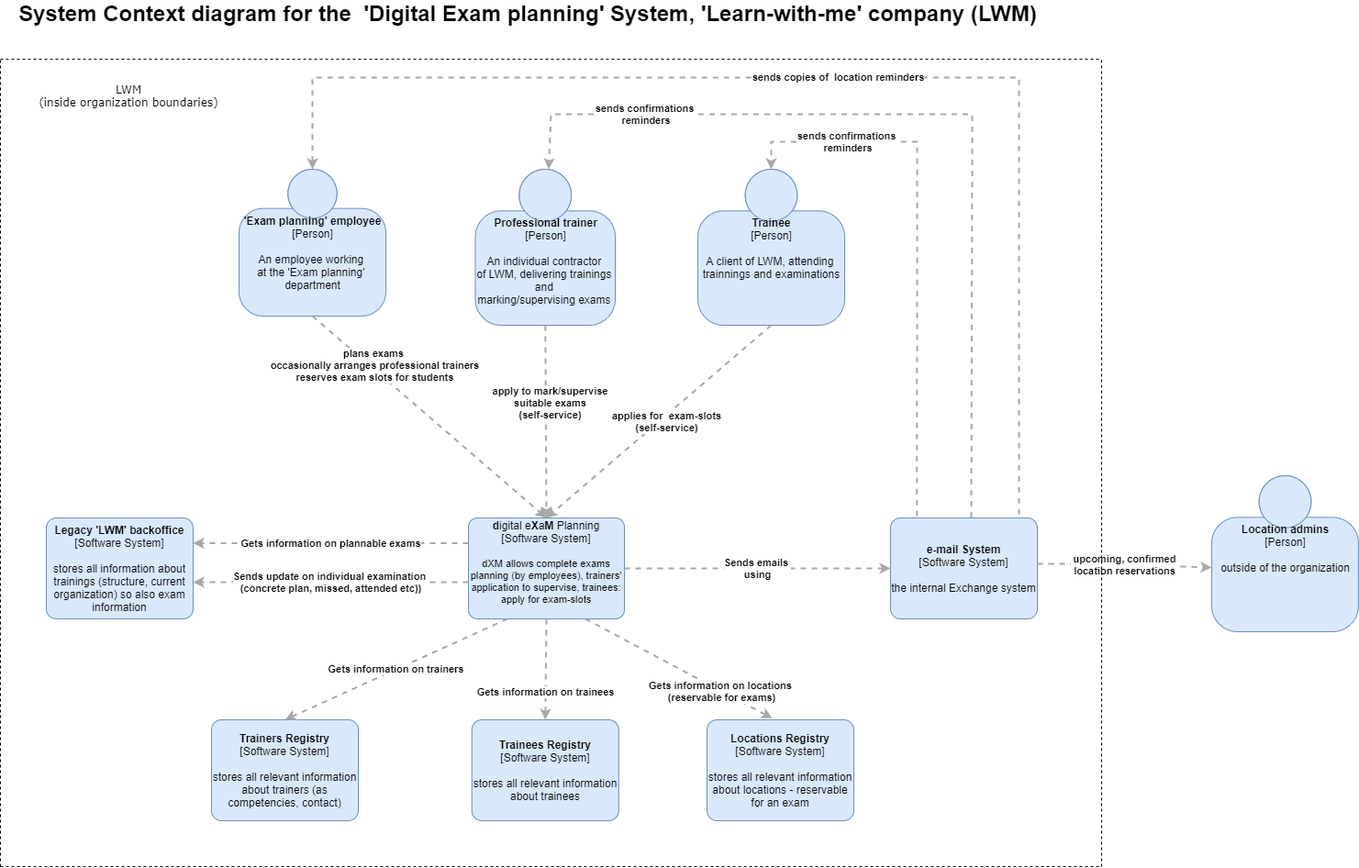
Above: system-context-diagram-dxm.png in andreea-anastasescu/school-of-architecture (draw.io), before the change. Source tidied: cells renumbered, new cells last; positions are measured from the earlier drawing's top-left corner, leaving out a move shared by most shapes.
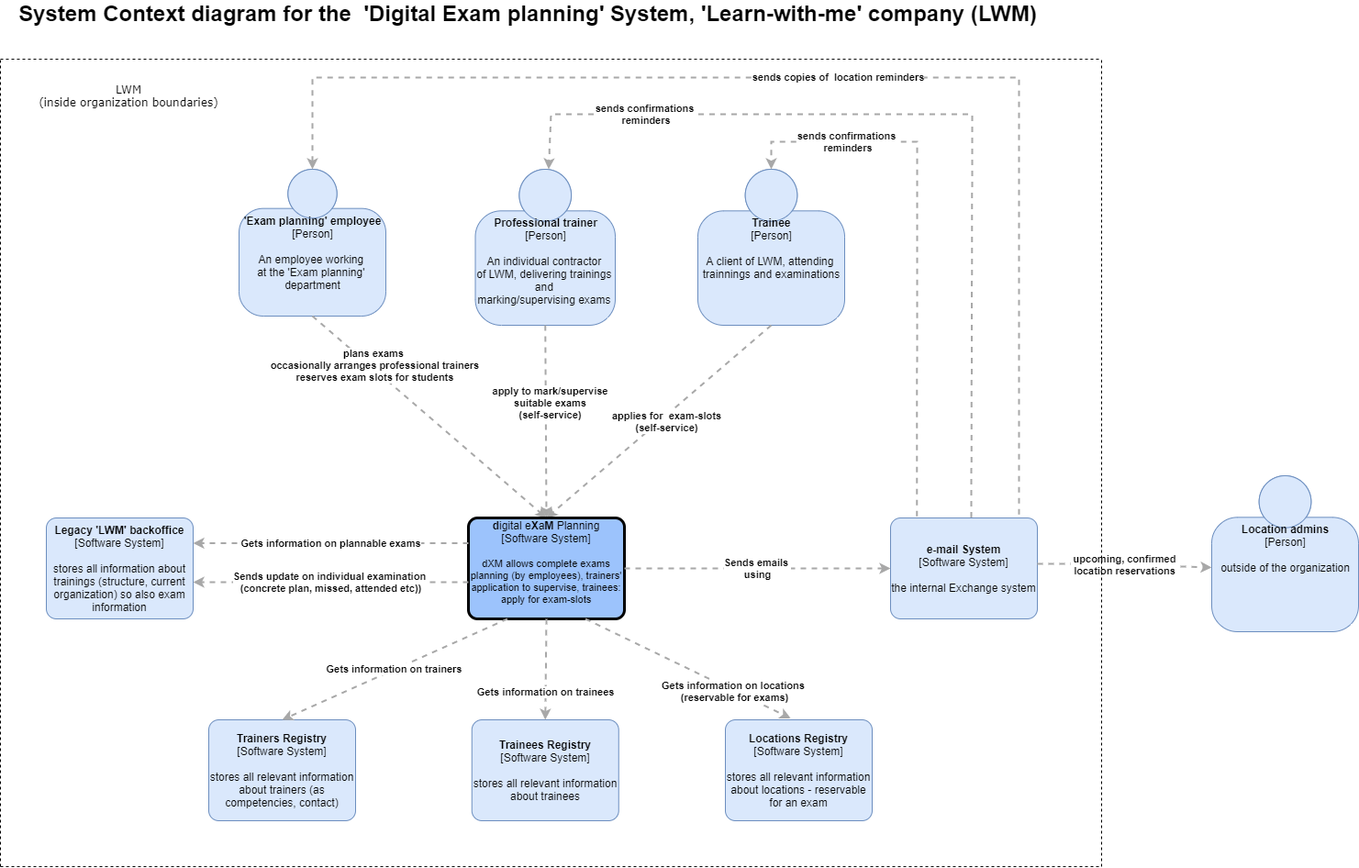
Above is the later version.

Change to the diagram source:
```diff
@@ -25,7 +25,7 @@
         <mxPoint x="1" as="offset" />
       </mxGeometry>
     </mxCell>
-    <mxCell id="9" value="&lt;b&gt;d&lt;/b&gt;igital e&lt;b&gt;X&lt;/b&gt;a&lt;b&gt;M&lt;/b&gt;&amp;nbsp;Planning&lt;br&gt;&lt;div&gt;[Software System]&lt;/div&gt;&lt;br&gt;&lt;div style=&quot;font-size: 11px&quot;&gt;&lt;font style=&quot;font-size: 11px&quot;&gt;dXM allows complete e&lt;/font&gt;&lt;span&gt;xams planning (by employees),&lt;/span&gt;&lt;span&gt;&amp;nbsp;trainers' application to supervise,&lt;/span&gt;&lt;span&gt;&amp;nbsp;trainees: apply for exam-slots&lt;/span&gt;&lt;/div&gt;&lt;div style=&quot;text-align: left ; font-size: 11px&quot;&gt;&lt;font style=&quot;font-size: 11px&quot;&gt;&amp;nbsp;&amp;nbsp;&lt;/font&gt;&lt;/div&gt;" style="rounded=1;whiteSpace=wrap;html=1;labelBackgroundColor=none;fillColor=#dae8fc;fontColor=#000000;align=center;arcSize=9;strokeColor=#6c8ebf;points=[[0.25,0,0],[0.5,0,0],[0.75,0,0],[1,0.25,0],[1,0.5,0],[1,0.75,0],[0.75,1,0],[0.5,1,0],[0.25,1,0],[0,0.75,0],[0,0.5,0],[0,0.25,0]];" parent="1" vertex="1">
+    <mxCell id="9" value="&lt;b&gt;d&lt;/b&gt;igital e&lt;b&gt;X&lt;/b&gt;a&lt;b&gt;M&lt;/b&gt;&amp;nbsp;Planning&lt;br&gt;&lt;div&gt;[Software System]&lt;/div&gt;&lt;br&gt;&lt;div style=&quot;font-size: 11px&quot;&gt;&lt;font style=&quot;font-size: 11px&quot;&gt;dXM allows complete e&lt;/font&gt;&lt;span&gt;xams planning (by employees),&lt;/span&gt;&lt;span&gt;&amp;nbsp;trainers' application to supervise,&lt;/span&gt;&lt;span&gt;&amp;nbsp;trainees: apply for exam-slots&lt;/span&gt;&lt;/div&gt;&lt;div style=&quot;text-align: left ; font-size: 11px&quot;&gt;&lt;font style=&quot;font-size: 11px&quot;&gt;&amp;nbsp;&amp;nbsp;&lt;/font&gt;&lt;/div&gt;" style="rounded=1;whiteSpace=wrap;html=1;labelBackgroundColor=none;fontColor=#000000;align=center;arcSize=9;points=[[0.25,0,0],[0.5,0,0],[0.75,0,0],[1,0.25,0],[1,0.5,0],[1,0.75,0],[0.75,1,0],[0.5,1,0],[0.25,1,0],[0,0.75,0],[0,0.5,0],[0,0.25,0]];fillColor=#9CC3FC;strokeWidth=3;glass=0;shadow=0;sketch=0;" parent="1" vertex="1">
       <mxGeometry x="510" y="560" width="170" height="110" as="geometry" />
     </mxCell>
     <mxCell id="10" value="&lt;b&gt;Legacy 'LWM' backoffice&lt;/b&gt;&lt;div&gt;[Software System]&lt;/div&gt;&lt;br&gt;&lt;div&gt;stores all information about trainings (structure, current organization) so also exam information&lt;/div&gt;" style="rounded=1;whiteSpace=wrap;html=1;labelBackgroundColor=none;fillColor=#dae8fc;fontColor=#000000;align=center;arcSize=10;strokeColor=#6c8ebf;points=[[0.25,0,0],[0.5,0,0],[0.75,0,0],[1,0.25,0],[1,0.5,0],[1,0.75,0],[0.75,1,0],[0.5,1,0],[0.25,1,0],[0,0.75,0],[0,0.5,0],[0,0.25,0]];" parent="1" vertex="1">
@@ -44,7 +44,7 @@
       </mxGeometry>
     </mxCell>
     <mxCell id="14" value="&lt;b&gt;Trainers Registry&lt;/b&gt;&lt;br&gt;&lt;div&gt;[Software System]&lt;/div&gt;&lt;br&gt;&lt;div&gt;stores all relevant information about trainers (as competencies, contact)&lt;/div&gt;" style="rounded=1;whiteSpace=wrap;html=1;labelBackgroundColor=none;fillColor=#dae8fc;fontColor=#000000;align=center;arcSize=10;strokeColor=#6c8ebf;points=[[0.25,0,0],[0.5,0,0],[0.75,0,0],[1,0.25,0],[1,0.5,0],[1,0.75,0],[0.75,1,0],[0.5,1,0],[0.25,1,0],[0,0.75,0],[0,0.5,0],[0,0.25,0]];" parent="1" vertex="1">
-      <mxGeometry x="230" y="780" width="160" height="110" as="geometry" />
+      <mxGeometry x="227" y="780" width="160" height="110" as="geometry" />
     </mxCell>
     <mxCell id="15" value="&lt;b&gt;Trainees Registry&lt;/b&gt;&lt;br&gt;&lt;div&gt;[Software System]&lt;/div&gt;&lt;br&gt;&lt;div&gt;stores all relevant information about trainees&lt;/div&gt;" style="rounded=1;whiteSpace=wrap;html=1;labelBackgroundColor=none;fillColor=#dae8fc;fontColor=#000000;align=center;arcSize=10;strokeColor=#6c8ebf;points=[[0.25,0,0],[0.5,0,0],[0.75,0,0],[1,0.25,0],[1,0.5,0],[1,0.75,0],[0.75,1,0],[0.5,1,0],[0.25,1,0],[0,0.75,0],[0,0.5,0],[0,0.25,0]];" parent="1" vertex="1">
       <mxGeometry x="513.8" y="780" width="160" height="110" as="geometry" />
@@ -56,7 +56,7 @@
       <mxGeometry x="0.45" relative="1" as="geometry" />
     </mxCell>
     <mxCell id="18" value="&lt;b&gt;Locations Registry&lt;/b&gt;&lt;br&gt;&lt;div&gt;[Software System]&lt;/div&gt;&lt;br&gt;&lt;div&gt;stores all relevant information about locations - reservable for an exam&lt;/div&gt;" style="rounded=1;whiteSpace=wrap;html=1;labelBackgroundColor=none;fillColor=#dae8fc;fontColor=#000000;align=center;arcSize=10;strokeColor=#6c8ebf;points=[[0.25,0,0],[0.5,0,0],[0.75,0,0],[1,0.25,0],[1,0.5,0],[1,0.75,0],[0.75,1,0],[0.5,1,0],[0.25,1,0],[0,0.75,0],[0,0.5,0],[0,0.25,0]];" parent="1" vertex="1">
-      <mxGeometry x="770" y="780" width="160" height="110" as="geometry" />
+      <mxGeometry x="790" y="780" width="160" height="110" as="geometry" />
     </mxCell>
     <mxCell id="19" value="&lt;div style=&quot;text-align: left&quot;&gt;&lt;div style=&quot;text-align: center&quot;&gt;&lt;b&gt;Gets information on locations&amp;nbsp;&lt;/b&gt;&lt;/div&gt;&lt;div style=&quot;text-align: center&quot;&gt;&lt;b&gt;(reservable for exams)&lt;/b&gt;&lt;/div&gt;&lt;/div&gt;" style="edgeStyle=none;rounded=0;html=1;entryX=0.445;entryY=-0.015;jettySize=auto;strokeColor=#A8A8A8;strokeWidth=2;fontColor=#000000;jumpStyle=none;dashed=1;exitX=0.75;exitY=1;exitDx=0;exitDy=0;exitPerimeter=0;entryDx=0;entryDy=0;entryPerimeter=0;" parent="1" edge="1" source="9" target="18">
       <mxGeometry x="0.45" relative="1" as="geometry" />
```
